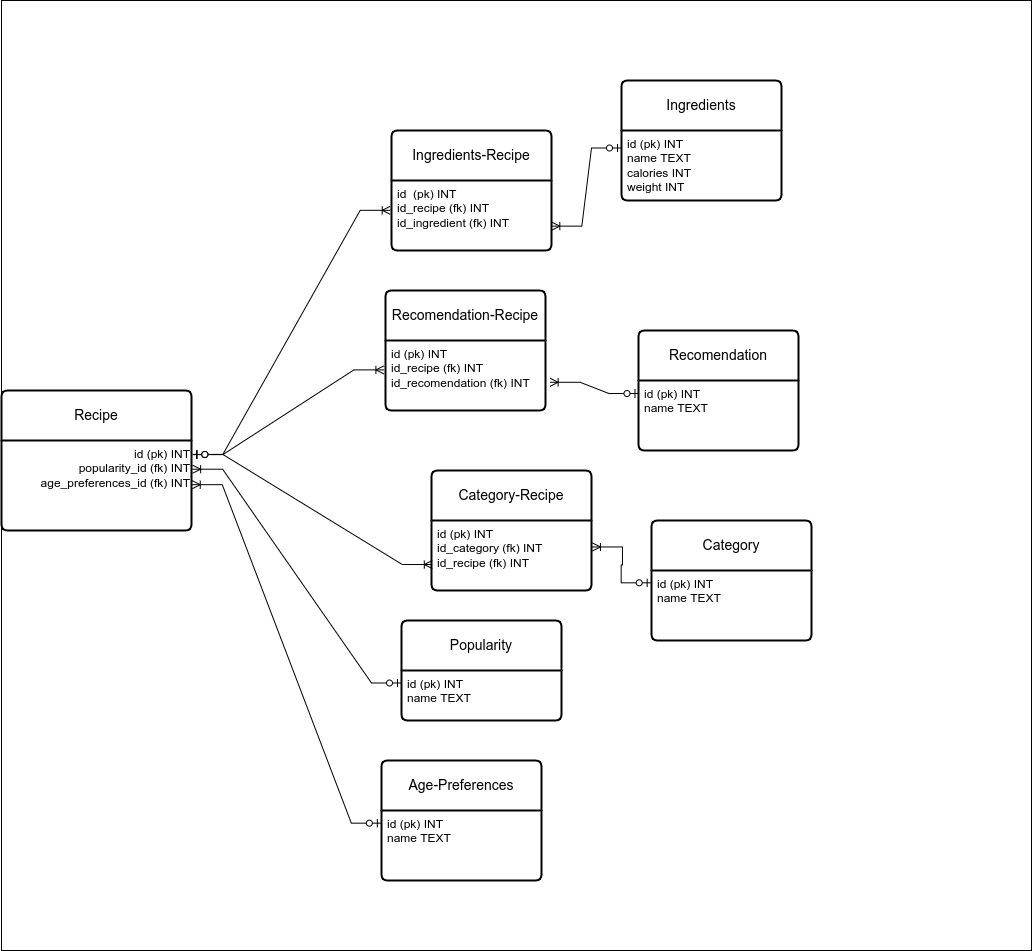
Earlier version of the draw.io export other/DB_Schema4.png (lakido/study-order). Source tidied: cells renumbered, new cells last; positions are measured from the earlier drawing's top-left corner, leaving out a move shared by most shapes. Source of this version:
```xml
<mxGraphModel>
  <root>
    <mxCell id="0" />
    <mxCell id="1" parent="0" />
    <mxCell id="2" style="rounded=0;whiteSpace=wrap;html=1;fillColor=#ffffff;" parent="1" vertex="1">
      <mxGeometry width="1030" height="950" as="geometry" />
    </mxCell>
    <mxCell id="3" value="Recipe" style="swimlane;horizontal=1;startSize=50;rounded=1;fontSize=14;fontStyle=0;strokeWidth=2;shadow=0;dashed=0;align=center;arcSize=4;whiteSpace=wrap;html=1;" parent="1" vertex="1">
      <mxGeometry y="390" width="190" height="140" as="geometry" />
    </mxCell>
    <mxCell id="4" value="id (pk) INT&lt;br&gt;popularity_id (fk) INT&lt;br&gt;age_preferences_id&amp;nbsp;(fk) INT" style="align=right;strokeColor=none;fillColor=none;spacingLeft=4;fontSize=12;verticalAlign=top;html=1;" parent="3" vertex="1">
      <mxGeometry y="50" width="190" height="90" as="geometry" />
    </mxCell>
    <mxCell id="5" value="Popularity" style="swimlane;horizontal=1;startSize=50;rounded=1;fontSize=14;fontStyle=0;strokeWidth=2;shadow=0;dashed=0;align=center;arcSize=4;whiteSpace=wrap;html=1;" parent="1" vertex="1">
      <mxGeometry x="400" y="620" width="160" height="100" as="geometry" />
    </mxCell>
    <mxCell id="6" value="id (pk) INT&lt;br&gt;name TEXT" style="align=left;strokeColor=none;fillColor=none;spacingLeft=4;fontSize=12;verticalAlign=top;html=1;" parent="5" vertex="1">
      <mxGeometry y="50" width="160" height="50" as="geometry" />
    </mxCell>
    <mxCell id="7" value="Ingredients-Recipe" style="swimlane;horizontal=1;startSize=50;rounded=1;fontSize=14;fontStyle=0;strokeWidth=2;shadow=0;dashed=0;align=center;arcSize=4;whiteSpace=wrap;html=1;" parent="1" vertex="1">
      <mxGeometry x="390" y="130" width="160" height="120" as="geometry" />
    </mxCell>
    <mxCell id="8" value="id&amp;nbsp; (pk) INT&lt;br&gt;id_recipe (fk) INT&lt;br&gt;id_ingredient (fk) INT" style="align=left;strokeColor=none;fillColor=none;spacingLeft=4;fontSize=12;verticalAlign=top;html=1;" parent="7" vertex="1">
      <mxGeometry y="50" width="160" height="70" as="geometry" />
    </mxCell>
    <mxCell id="9" value="Ingredients" style="swimlane;horizontal=1;startSize=50;rounded=1;fontSize=14;fontStyle=0;strokeWidth=2;shadow=0;dashed=0;align=center;arcSize=4;whiteSpace=wrap;html=1;" parent="1" vertex="1">
      <mxGeometry x="620" y="80" width="160" height="120" as="geometry" />
    </mxCell>
    <mxCell id="10" value="id (pk) INT&lt;br&gt;name TEXT&lt;br&gt;calories INT&lt;br&gt;weight INT" style="align=left;strokeColor=none;fillColor=none;spacingLeft=4;fontSize=12;verticalAlign=top;html=1;" parent="9" vertex="1">
      <mxGeometry y="50" width="160" height="70" as="geometry" />
    </mxCell>
    <mxCell id="11" style="edgeStyle=entityRelationEdgeStyle;fontSize=12;html=1;endArrow=ERoneToMany;startArrow=ERzeroToOne;rounded=0;entryX=1.002;entryY=0.652;entryDx=0;entryDy=0;entryPerimeter=0;exitX=0;exitY=0.25;exitDx=0;exitDy=0;" parent="1" edge="1" source="10" target="8">
      <mxGeometry relative="1" as="geometry" />
    </mxCell>
    <mxCell id="12" style="edgeStyle=entityRelationEdgeStyle;fontSize=12;html=1;endArrow=ERoneToMany;startArrow=ERzeroToOne;rounded=0;entryX=-0.008;entryY=0.426;entryDx=0;entryDy=0;entryPerimeter=0;exitX=1.007;exitY=0.155;exitDx=0;exitDy=0;exitPerimeter=0;" parent="1" edge="1" source="4" target="8">
      <mxGeometry relative="1" as="geometry" />
    </mxCell>
    <mxCell id="13" style="edgeStyle=entityRelationEdgeStyle;fontSize=12;html=1;endArrow=ERoneToMany;startArrow=ERzeroToOne;rounded=0;entryX=1.006;entryY=0.319;entryDx=0;entryDy=0;entryPerimeter=0;exitX=0;exitY=0.25;exitDx=0;exitDy=0;" parent="1" edge="1" source="6" target="4">
      <mxGeometry relative="1" as="geometry" />
    </mxCell>
    <mxCell id="14" value="Recomendation" style="swimlane;horizontal=1;startSize=50;rounded=1;fontSize=14;fontStyle=0;strokeWidth=2;shadow=0;dashed=0;align=center;arcSize=4;whiteSpace=wrap;html=1;" parent="1" vertex="1">
      <mxGeometry x="637" y="330" width="160" height="120" as="geometry" />
    </mxCell>
    <mxCell id="15" value="id (pk) INT&lt;br&gt;name TEXT" style="align=left;strokeColor=none;fillColor=none;spacingLeft=4;fontSize=12;verticalAlign=top;html=1;" parent="14" vertex="1">
      <mxGeometry y="50" width="160" height="70" as="geometry" />
    </mxCell>
    <mxCell id="16" value="Recomendation-Recipe" style="swimlane;horizontal=1;startSize=50;rounded=1;fontSize=14;fontStyle=0;strokeWidth=2;shadow=0;dashed=0;align=center;arcSize=4;whiteSpace=wrap;html=1;" parent="1" vertex="1">
      <mxGeometry x="384" y="290" width="160" height="120" as="geometry" />
    </mxCell>
    <mxCell id="17" value="id (pk) INT&lt;br&gt;id_recipe (fk) INT&lt;br&gt;id_recomendation (fk) INT" style="align=left;strokeColor=none;fillColor=none;spacingLeft=4;fontSize=12;verticalAlign=top;html=1;" parent="16" vertex="1">
      <mxGeometry y="50" width="160" height="70" as="geometry" />
    </mxCell>
    <mxCell id="18" style="edgeStyle=entityRelationEdgeStyle;fontSize=12;html=1;endArrow=ERoneToMany;startArrow=ERzeroToOne;rounded=0;exitX=0.003;exitY=0.186;exitDx=0;exitDy=0;exitPerimeter=0;entryX=1.029;entryY=0.597;entryDx=0;entryDy=0;entryPerimeter=0;" parent="1" edge="1" source="15" target="17">
      <mxGeometry relative="1" as="geometry" />
    </mxCell>
    <mxCell id="19" style="edgeStyle=entityRelationEdgeStyle;fontSize=12;html=1;endArrow=ERoneToMany;startArrow=ERzeroToOne;rounded=0;exitX=1.007;exitY=0.157;exitDx=0;exitDy=0;exitPerimeter=0;entryX=-0.01;entryY=0.42;entryDx=0;entryDy=0;entryPerimeter=0;" parent="1" edge="1" source="4" target="17">
      <mxGeometry relative="1" as="geometry" />
    </mxCell>
    <mxCell id="20" value="Age-Preferences" style="swimlane;horizontal=1;startSize=50;rounded=1;fontSize=14;fontStyle=0;strokeWidth=2;shadow=0;dashed=0;align=center;arcSize=4;whiteSpace=wrap;html=1;" parent="1" vertex="1">
      <mxGeometry x="380" y="760" width="160" height="120" as="geometry" />
    </mxCell>
    <mxCell id="21" value="id (pk) INT&lt;br&gt;name TEXT" style="align=left;strokeColor=none;fillColor=none;spacingLeft=4;fontSize=12;verticalAlign=top;html=1;" parent="20" vertex="1">
      <mxGeometry y="50" width="160" height="70" as="geometry" />
    </mxCell>
    <mxCell id="22" style="edgeStyle=entityRelationEdgeStyle;fontSize=12;html=1;endArrow=ERoneToMany;startArrow=ERzeroToOne;rounded=0;exitX=-0.001;exitY=0.181;exitDx=0;exitDy=0;exitPerimeter=0;entryX=1.004;entryY=0.491;entryDx=0;entryDy=0;entryPerimeter=0;" parent="1" edge="1" source="21" target="4">
      <mxGeometry relative="1" as="geometry" />
    </mxCell>
    <mxCell id="23" value="Category" style="swimlane;horizontal=1;startSize=50;rounded=1;fontSize=14;fontStyle=0;strokeWidth=2;shadow=0;dashed=0;align=center;arcSize=4;whiteSpace=wrap;html=1;" parent="1" vertex="1">
      <mxGeometry x="650" y="520" width="160" height="120" as="geometry" />
    </mxCell>
    <mxCell id="24" value="id (pk) INT&lt;br&gt;name TEXT" style="align=left;strokeColor=none;fillColor=none;spacingLeft=4;fontSize=12;verticalAlign=top;html=1;" parent="23" vertex="1">
      <mxGeometry y="50" width="160" height="70" as="geometry" />
    </mxCell>
    <mxCell id="25" value="Category-Recipe" style="swimlane;horizontal=1;startSize=50;rounded=1;fontSize=14;fontStyle=0;strokeWidth=2;shadow=0;dashed=0;align=center;arcSize=4;whiteSpace=wrap;html=1;" parent="1" vertex="1">
      <mxGeometry x="430" y="470" width="160" height="120" as="geometry" />
    </mxCell>
    <mxCell id="26" value="id (pk) INT&lt;br&gt;id_category (fk) INT&lt;br&gt;id_recipe (fk) INT" style="align=left;strokeColor=none;fillColor=none;spacingLeft=4;fontSize=12;verticalAlign=top;html=1;" parent="25" vertex="1">
      <mxGeometry y="50" width="160" height="70" as="geometry" />
    </mxCell>
    <mxCell id="27" style="edgeStyle=entityRelationEdgeStyle;fontSize=12;html=1;endArrow=ERoneToMany;startArrow=ERzeroToOne;rounded=0;exitX=1.007;exitY=0.155;exitDx=0;exitDy=0;exitPerimeter=0;entryX=0.005;entryY=0.629;entryDx=0;entryDy=0;entryPerimeter=0;" parent="1" edge="1" source="4" target="26">
      <mxGeometry relative="1" as="geometry" />
    </mxCell>
    <mxCell id="28" style="edgeStyle=entityRelationEdgeStyle;fontSize=12;html=1;endArrow=ERoneToMany;startArrow=ERzeroToOne;rounded=0;exitX=-0.002;exitY=0.176;exitDx=0;exitDy=0;exitPerimeter=0;entryX=1.006;entryY=0.378;entryDx=0;entryDy=0;entryPerimeter=0;" parent="1" edge="1" source="24" target="26">
      <mxGeometry relative="1" as="geometry" />
    </mxCell>
  </root>
</mxGraphModel>
```
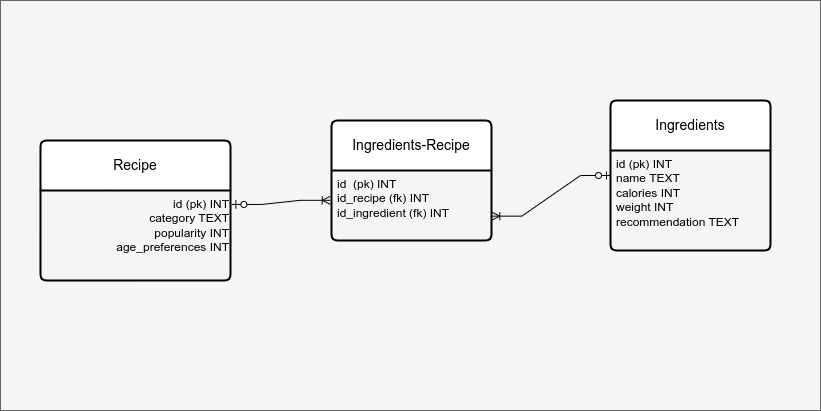
After the change.

Commit message:
database was simplified

The edit, as a diff of the source:
```diff
@@ -2,86 +2,38 @@
   <root>
     <mxCell id="0" />
     <mxCell id="1" parent="0" />
-    <mxCell id="2" style="rounded=0;whiteSpace=wrap;html=1;fillColor=#ffffff;" parent="1" vertex="1">
-      <mxGeometry width="1030" height="950" as="geometry" />
-    </mxCell>
+    <mxCell id="29" style="rounded=0;whiteSpace=wrap;html=1;fillColor=#f5f5f5;fontColor=#333333;strokeColor=#666666;" parent="1" vertex="1">
+      <mxGeometry width="820" height="410" as="geometry" />
+    </mxCell>
     <mxCell id="3" value="Recipe" style="swimlane;horizontal=1;startSize=50;rounded=1;fontSize=14;fontStyle=0;strokeWidth=2;shadow=0;dashed=0;align=center;arcSize=4;whiteSpace=wrap;html=1;" parent="1" vertex="1">
-      <mxGeometry y="390" width="190" height="140" as="geometry" />
+      <mxGeometry x="40" y="140" width="190" height="140" as="geometry" />
     </mxCell>
-    <mxCell id="4" value="id (pk) INT&lt;br&gt;popularity_id (fk) INT&lt;br&gt;age_preferences_id&amp;nbsp;(fk) INT" style="align=right;strokeColor=none;fillColor=none;spacingLeft=4;fontSize=12;verticalAlign=top;html=1;" parent="3" vertex="1">
+    <mxCell id="4" value="id (pk) INT&lt;br&gt;category TEXT&lt;br&gt;popularity INT&lt;br&gt;age_preferences INT" style="align=right;strokeColor=none;fillColor=none;spacingLeft=4;fontSize=12;verticalAlign=top;html=1;" parent="3" vertex="1">
       <mxGeometry y="50" width="190" height="90" as="geometry" />
     </mxCell>
-    <mxCell id="5" value="Popularity" style="swimlane;horizontal=1;startSize=50;rounded=1;fontSize=14;fontStyle=0;strokeWidth=2;shadow=0;dashed=0;align=center;arcSize=4;whiteSpace=wrap;html=1;" parent="1" vertex="1">
-      <mxGeometry x="400" y="620" width="160" height="100" as="geometry" />
-    </mxCell>
-    <mxCell id="6" value="id (pk) INT&lt;br&gt;name TEXT" style="align=left;strokeColor=none;fillColor=none;spacingLeft=4;fontSize=12;verticalAlign=top;html=1;" parent="5" vertex="1">
-      <mxGeometry y="50" width="160" height="50" as="geometry" />
-    </mxCell>
     <mxCell id="7" value="Ingredients-Recipe" style="swimlane;horizontal=1;startSize=50;rounded=1;fontSize=14;fontStyle=0;strokeWidth=2;shadow=0;dashed=0;align=center;arcSize=4;whiteSpace=wrap;html=1;" parent="1" vertex="1">
-      <mxGeometry x="390" y="130" width="160" height="120" as="geometry" />
+      <mxGeometry x="331" y="120" width="160" height="120" as="geometry" />
     </mxCell>
     <mxCell id="8" value="id&amp;nbsp; (pk) INT&lt;br&gt;id_recipe (fk) INT&lt;br&gt;id_ingredient (fk) INT" style="align=left;strokeColor=none;fillColor=none;spacingLeft=4;fontSize=12;verticalAlign=top;html=1;" parent="7" vertex="1">
       <mxGeometry y="50" width="160" height="70" as="geometry" />
     </mxCell>
     <mxCell id="9" value="Ingredients" style="swimlane;horizontal=1;startSize=50;rounded=1;fontSize=14;fontStyle=0;strokeWidth=2;shadow=0;dashed=0;align=center;arcSize=4;whiteSpace=wrap;html=1;" parent="1" vertex="1">
-      <mxGeometry x="620" y="80" width="160" height="120" as="geometry" />
+      <mxGeometry x="610" y="100" width="160" height="150" as="geometry" />
     </mxCell>
-    <mxCell id="10" value="id (pk) INT&lt;br&gt;name TEXT&lt;br&gt;calories INT&lt;br&gt;weight INT" style="align=left;strokeColor=none;fillColor=none;spacingLeft=4;fontSize=12;verticalAlign=top;html=1;" parent="9" vertex="1">
-      <mxGeometry y="50" width="160" height="70" as="geometry" />
+    <mxCell id="10" value="id (pk) INT&lt;br&gt;name TEXT&lt;br&gt;calories INT&lt;br&gt;weight INT&lt;br&gt;recommendation TEXT" style="align=left;strokeColor=none;fillColor=none;spacingLeft=4;fontSize=12;verticalAlign=top;html=1;" parent="9" vertex="1">
+      <mxGeometry y="50" width="160" height="100" as="geometry" />
     </mxCell>
+    <mxCell id="30" style="edgeStyle=orthogonalEdgeStyle;rounded=0;orthogonalLoop=1;jettySize=auto;html=1;exitX=0.5;exitY=1;exitDx=0;exitDy=0;" parent="9" edge="1" source="10" target="10">
+      <mxGeometry relative="1" as="geometry" />
+    </mxCell>
+    <mxCell id="31" style="edgeStyle=orthogonalEdgeStyle;rounded=0;orthogonalLoop=1;jettySize=auto;html=1;exitX=0.5;exitY=1;exitDx=0;exitDy=0;" parent="9" edge="1" source="10" target="10">
+      <mxGeometry relative="1" as="geometry" />
+    </mxCell>
     <mxCell id="11" style="edgeStyle=entityRelationEdgeStyle;fontSize=12;html=1;endArrow=ERoneToMany;startArrow=ERzeroToOne;rounded=0;entryX=1.002;entryY=0.652;entryDx=0;entryDy=0;entryPerimeter=0;exitX=0;exitY=0.25;exitDx=0;exitDy=0;" parent="1" edge="1" source="10" target="8">
       <mxGeometry relative="1" as="geometry" />
     </mxCell>
     <mxCell id="12" style="edgeStyle=entityRelationEdgeStyle;fontSize=12;html=1;endArrow=ERoneToMany;startArrow=ERzeroToOne;rounded=0;entryX=-0.008;entryY=0.426;entryDx=0;entryDy=0;entryPerimeter=0;exitX=1.007;exitY=0.155;exitDx=0;exitDy=0;exitPerimeter=0;" parent="1" edge="1" source="4" target="8">
       <mxGeometry relative="1" as="geometry" />
     </mxCell>
-    <mxCell id="13" style="edgeStyle=entityRelationEdgeStyle;fontSize=12;html=1;endArrow=ERoneToMany;startArrow=ERzeroToOne;rounded=0;entryX=1.006;entryY=0.319;entryDx=0;entryDy=0;entryPerimeter=0;exitX=0;exitY=0.25;exitDx=0;exitDy=0;" parent="1" edge="1" source="6" target="4">
-      <mxGeometry relative="1" as="geometry" />
-    </mxCell>
-    <mxCell id="14" value="Recomendation" style="swimlane;horizontal=1;startSize=50;rounded=1;fontSize=14;fontStyle=0;strokeWidth=2;shadow=0;dashed=0;align=center;arcSize=4;whiteSpace=wrap;html=1;" parent="1" vertex="1">
-      <mxGeometry x="637" y="330" width="160" height="120" as="geometry" />
-    </mxCell>
-    <mxCell id="15" value="id (pk) INT&lt;br&gt;name TEXT" style="align=left;strokeColor=none;fillColor=none;spacingLeft=4;fontSize=12;verticalAlign=top;html=1;" parent="14" vertex="1">
-      <mxGeometry y="50" width="160" height="70" as="geometry" />
-    </mxCell>
-    <mxCell id="16" value="Recomendation-Recipe" style="swimlane;horizontal=1;startSize=50;rounded=1;fontSize=14;fontStyle=0;strokeWidth=2;shadow=0;dashed=0;align=center;arcSize=4;whiteSpace=wrap;html=1;" parent="1" vertex="1">
-      <mxGeometry x="384" y="290" width="160" height="120" as="geometry" />
-    </mxCell>
-    <mxCell id="17" value="id (pk) INT&lt;br&gt;id_recipe (fk) INT&lt;br&gt;id_recomendation (fk) INT" style="align=left;strokeColor=none;fillColor=none;spacingLeft=4;fontSize=12;verticalAlign=top;html=1;" parent="16" vertex="1">
-      <mxGeometry y="50" width="160" height="70" as="geometry" />
-    </mxCell>
-    <mxCell id="18" style="edgeStyle=entityRelationEdgeStyle;fontSize=12;html=1;endArrow=ERoneToMany;startArrow=ERzeroToOne;rounded=0;exitX=0.003;exitY=0.186;exitDx=0;exitDy=0;exitPerimeter=0;entryX=1.029;entryY=0.597;entryDx=0;entryDy=0;entryPerimeter=0;" parent="1" edge="1" source="15" target="17">
-      <mxGeometry relative="1" as="geometry" />
-    </mxCell>
-    <mxCell id="19" style="edgeStyle=entityRelationEdgeStyle;fontSize=12;html=1;endArrow=ERoneToMany;startArrow=ERzeroToOne;rounded=0;exitX=1.007;exitY=0.157;exitDx=0;exitDy=0;exitPerimeter=0;entryX=-0.01;entryY=0.42;entryDx=0;entryDy=0;entryPerimeter=0;" parent="1" edge="1" source="4" target="17">
-      <mxGeometry relative="1" as="geometry" />
-    </mxCell>
-    <mxCell id="20" value="Age-Preferences" style="swimlane;horizontal=1;startSize=50;rounded=1;fontSize=14;fontStyle=0;strokeWidth=2;shadow=0;dashed=0;align=center;arcSize=4;whiteSpace=wrap;html=1;" parent="1" vertex="1">
-      <mxGeometry x="380" y="760" width="160" height="120" as="geometry" />
-    </mxCell>
-    <mxCell id="21" value="id (pk) INT&lt;br&gt;name TEXT" style="align=left;strokeColor=none;fillColor=none;spacingLeft=4;fontSize=12;verticalAlign=top;html=1;" parent="20" vertex="1">
-      <mxGeometry y="50" width="160" height="70" as="geometry" />
-    </mxCell>
-    <mxCell id="22" style="edgeStyle=entityRelationEdgeStyle;fontSize=12;html=1;endArrow=ERoneToMany;startArrow=ERzeroToOne;rounded=0;exitX=-0.001;exitY=0.181;exitDx=0;exitDy=0;exitPerimeter=0;entryX=1.004;entryY=0.491;entryDx=0;entryDy=0;entryPerimeter=0;" parent="1" edge="1" source="21" target="4">
-      <mxGeometry relative="1" as="geometry" />
-    </mxCell>
-    <mxCell id="23" value="Category" style="swimlane;horizontal=1;startSize=50;rounded=1;fontSize=14;fontStyle=0;strokeWidth=2;shadow=0;dashed=0;align=center;arcSize=4;whiteSpace=wrap;html=1;" parent="1" vertex="1">
-      <mxGeometry x="650" y="520" width="160" height="120" as="geometry" />
-    </mxCell>
-    <mxCell id="24" value="id (pk) INT&lt;br&gt;name TEXT" style="align=left;strokeColor=none;fillColor=none;spacingLeft=4;fontSize=12;verticalAlign=top;html=1;" parent="23" vertex="1">
-      <mxGeometry y="50" width="160" height="70" as="geometry" />
-    </mxCell>
-    <mxCell id="25" value="Category-Recipe" style="swimlane;horizontal=1;startSize=50;rounded=1;fontSize=14;fontStyle=0;strokeWidth=2;shadow=0;dashed=0;align=center;arcSize=4;whiteSpace=wrap;html=1;" parent="1" vertex="1">
-      <mxGeometry x="430" y="470" width="160" height="120" as="geometry" />
-    </mxCell>
-    <mxCell id="26" value="id (pk) INT&lt;br&gt;id_category (fk) INT&lt;br&gt;id_recipe (fk) INT" style="align=left;strokeColor=none;fillColor=none;spacingLeft=4;fontSize=12;verticalAlign=top;html=1;" parent="25" vertex="1">
-      <mxGeometry y="50" width="160" height="70" as="geometry" />
-    </mxCell>
-    <mxCell id="27" style="edgeStyle=entityRelationEdgeStyle;fontSize=12;html=1;endArrow=ERoneToMany;startArrow=ERzeroToOne;rounded=0;exitX=1.007;exitY=0.155;exitDx=0;exitDy=0;exitPerimeter=0;entryX=0.005;entryY=0.629;entryDx=0;entryDy=0;entryPerimeter=0;" parent="1" edge="1" source="4" target="26">
-      <mxGeometry relative="1" as="geometry" />
-    </mxCell>
-    <mxCell id="28" style="edgeStyle=entityRelationEdgeStyle;fontSize=12;html=1;endArrow=ERoneToMany;startArrow=ERzeroToOne;rounded=0;exitX=-0.002;exitY=0.176;exitDx=0;exitDy=0;exitPerimeter=0;entryX=1.006;entryY=0.378;entryDx=0;entryDy=0;entryPerimeter=0;" parent="1" edge="1" source="24" target="26">
-      <mxGeometry relative="1" as="geometry" />
-    </mxCell>
   </root>
 </mxGraphModel>
```
